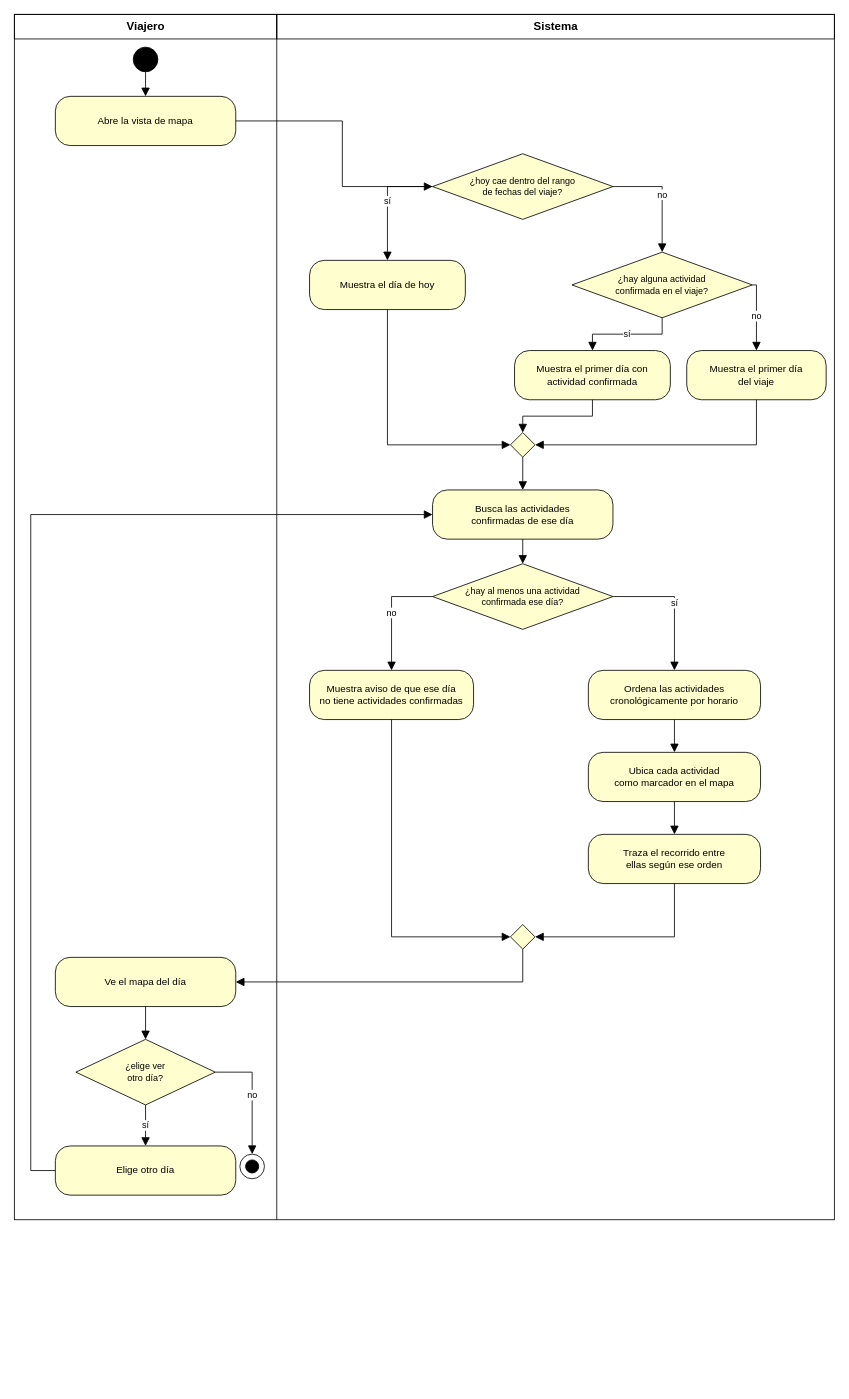
Before: page "Consultando mapa" (4 of 11) of docs/diagramas.drawio in tomashsieh7/organizacion_viajes, a draw.io diagram. Source tidied: cells renumbered, new cells numbered last; positions are measured from the earlier drawing's top-left corner, leaving out a move shared by most shapes. Both pictures are drawn from the tidied source at 82%, with x=0, y=0 at pixel (14, 14).
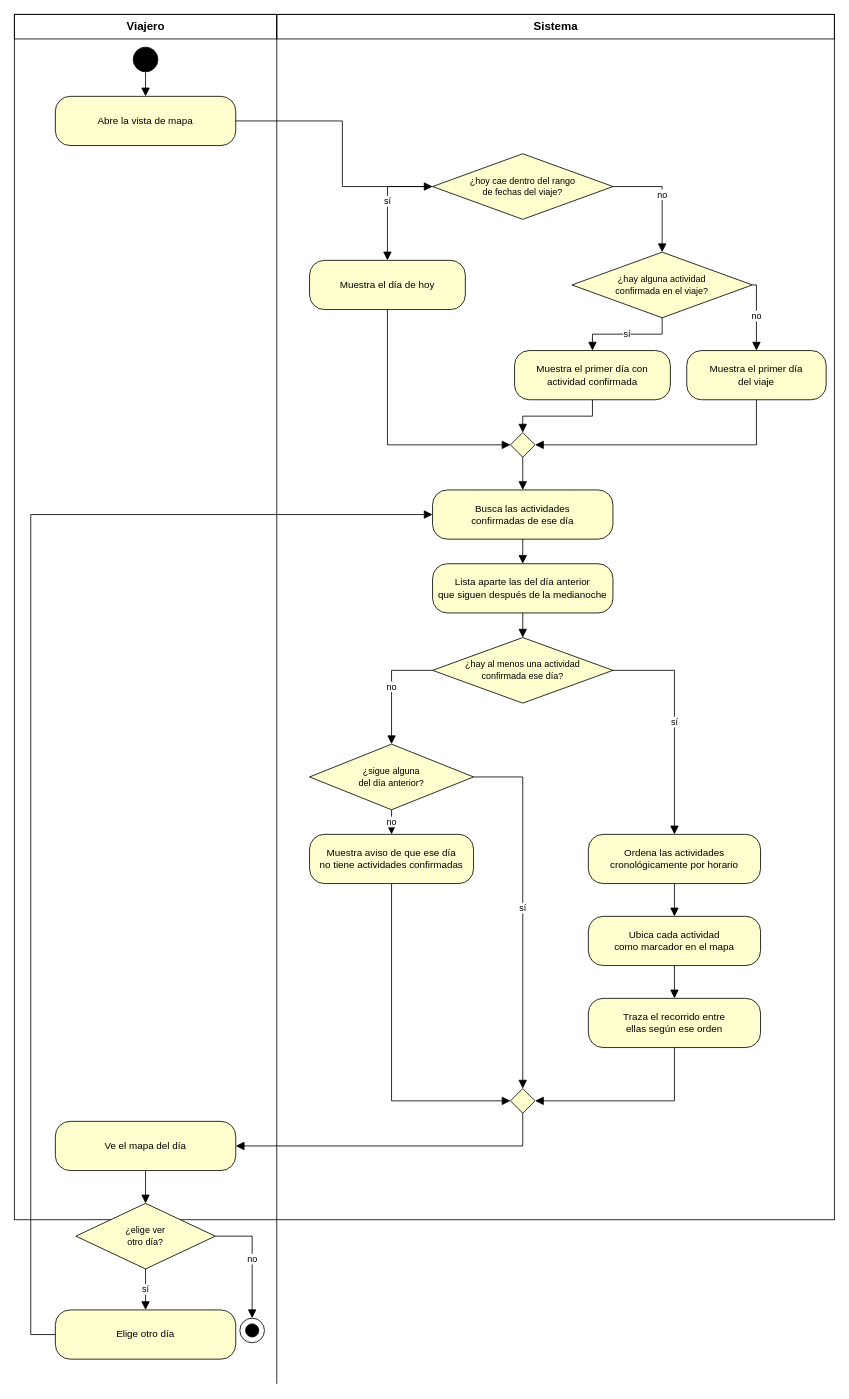
Above is the later version.

The change refers to these unchanged cells:
```xml
<mxCell id="14" value="Busca las actividades&lt;br&gt;confirmadas de ese día" style="rounded=1;whiteSpace=wrap;html=1;fillColor=#FEFECE;strokeColor=light-dark(#000000,#FFFFFF);arcSize=30;fontSize=12;" parent="1" vertex="1">
  <mxGeometry x="510" y="580" width="220" height="60" as="geometry" />
</mxCell>
```

The edit, as a diff of the source:
```diff
@@
     <mxCell id="5" style="endArrow=none;html=1;strokeColor=light-dark(#000000,#FFFFFF);" parent="1" edge="1">
       <mxGeometry relative="1" as="geometry">
         <mxPoint x="320" as="sourcePoint" />
-        <mxPoint x="320" y="1470" as="targetPoint" />
+        <mxPoint x="320" y="1670" as="targetPoint" />
       </mxGeometry>
     </mxCell>
@@
     <mxCell id="15" value="¿hay al menos una actividad&lt;br&gt;confirmada ese día?" style="rhombus;whiteSpace=wrap;html=1;fillColor=#FEFECE;strokeColor=light-dark(#000000,#FFFFFF);fontSize=11;" parent="1" vertex="1">
-      <mxGeometry x="510" y="670" width="220" height="80" as="geometry" />
+      <mxGeometry x="510" y="760" width="220" height="80" as="geometry" />
     </mxCell>
     <mxCell id="16" value="Muestra aviso de que ese día&lt;br&gt;no tiene actividades confirmadas" style="rounded=1;whiteSpace=wrap;html=1;fillColor=#FEFECE;strokeColor=light-dark(#000000,#FFFFFF);arcSize=30;fontSize=12;" parent="1" vertex="1">
-      <mxGeometry x="360" y="800" width="200" height="60" as="geometry" />
+      <mxGeometry x="360" y="1000" width="200" height="60" as="geometry" />
     </mxCell>
     <mxCell id="17" value="Ordena las actividades&lt;br&gt;cronológicamente por horario" style="rounded=1;whiteSpace=wrap;html=1;fillColor=#FEFECE;strokeColor=light-dark(#000000,#FFFFFF);arcSize=30;fontSize=12;" parent="1" vertex="1">
-      <mxGeometry x="700" y="800" width="210" height="60" as="geometry" />
+      <mxGeometry x="700" y="1000" width="210" height="60" as="geometry" />
     </mxCell>
     <mxCell id="18" value="Ubica cada actividad&lt;br&gt;como marcador en el mapa" style="rounded=1;whiteSpace=wrap;html=1;fillColor=#FEFECE;strokeColor=light-dark(#000000,#FFFFFF);arcSize=30;fontSize=12;" parent="1" vertex="1">
-      <mxGeometry x="700" y="900" width="210" height="60" as="geometry" />
+      <mxGeometry x="700" y="1100" width="210" height="60" as="geometry" />
     </mxCell>
     <mxCell id="19" value="Traza el recorrido entre&lt;br&gt;ellas según ese orden" style="rounded=1;whiteSpace=wrap;html=1;fillColor=#FEFECE;strokeColor=light-dark(#000000,#FFFFFF);arcSize=30;fontSize=12;" parent="1" vertex="1">
-      <mxGeometry x="700" y="1000" width="210" height="60" as="geometry" />
+      <mxGeometry x="700" y="1200" width="210" height="60" as="geometry" />
     </mxCell>
     <mxCell id="20" style="rhombus;whiteSpace=wrap;html=1;fillColor=#FEFECE;strokeColor=light-dark(#000000,#FFFFFF);fontSize=11;" parent="1" vertex="1">
-      <mxGeometry x="605" y="1110" width="30" height="30" as="geometry" />
+      <mxGeometry x="605" y="1310" width="30" height="30" as="geometry" />
     </mxCell>
     <mxCell id="21" value="Ve el mapa del día" style="rounded=1;whiteSpace=wrap;html=1;fillColor=#FEFECE;strokeColor=light-dark(#000000,#FFFFFF);arcSize=30;fontSize=12;" parent="1" vertex="1">
-      <mxGeometry x="50" y="1150" width="220" height="60" as="geometry" />
+      <mxGeometry x="50" y="1350" width="220" height="60" as="geometry" />
     </mxCell>
     <mxCell id="22" value="¿elige ver&lt;br&gt;otro día?" style="rhombus;whiteSpace=wrap;html=1;fillColor=#FEFECE;strokeColor=light-dark(#000000,#FFFFFF);fontSize=11;" parent="1" vertex="1">
-      <mxGeometry x="75" y="1250" width="170" height="80" as="geometry" />
+      <mxGeometry x="75" y="1450" width="170" height="80" as="geometry" />
     </mxCell>
     <mxCell id="23" value="Elige otro día" style="rounded=1;whiteSpace=wrap;html=1;fillColor=#FEFECE;strokeColor=light-dark(#000000,#FFFFFF);arcSize=30;fontSize=12;" parent="1" vertex="1">
-      <mxGeometry x="50" y="1380" width="220" height="60" as="geometry" />
+      <mxGeometry x="50" y="1580" width="220" height="60" as="geometry" />
     </mxCell>
     <mxCell id="24" style="ellipse;whiteSpace=wrap;html=1;fillColor=#FFFFFF;strokeColor=light-dark(#000000,#FFFFFF);" parent="1" vertex="1">
-      <mxGeometry x="275" y="1390" width="30" height="30" as="geometry" />
+      <mxGeometry x="275" y="1590" width="30" height="30" as="geometry" />
     </mxCell>
     <mxCell id="25" style="ellipse;whiteSpace=wrap;html=1;fillColor=#000000;strokeColor=light-dark(#000000,#FFFFFF);" parent="1" vertex="1">
-      <mxGeometry x="282" y="1397" width="16" height="16" as="geometry" />
+      <mxGeometry x="282" y="1597" width="16" height="16" as="geometry" />
     </mxCell>
@@
-    <mxCell id="36" style="endArrow=block;html=1;strokeColor=light-dark(#000000,#FFFFFF);fontSize=11;rounded=0;endSize=8;edgeStyle=orthogonalEdgeStyle;exitX=0.5;exitY=1;exitDx=0;exitDy=0;entryX=0.5;entryY=0;entryDx=0;entryDy=0;" parent="1" edge="1" source="14" target="15">
+    <mxCell id="36" style="endArrow=block;html=1;strokeColor=light-dark(#000000,#FFFFFF);fontSize=11;rounded=0;endSize=8;edgeStyle=orthogonalEdgeStyle;exitX=0.5;exitY=1;exitDx=0;exitDy=0;entryX=0.5;entryY=0;entryDx=0;entryDy=0;" parent="1" edge="1" source="14" target="48">
       <mxGeometry relative="1" as="geometry" />
     </mxCell>
-    <mxCell id="37" value="no" style="endArrow=block;html=1;strokeColor=light-dark(#000000,#FFFFFF);fontSize=11;rounded=0;endSize=8;edgeStyle=orthogonalEdgeStyle;exitX=0;exitY=0.5;exitDx=0;exitDy=0;entryX=0.5;entryY=0;entryDx=0;entryDy=0;" parent="1" edge="1" source="15" target="16">
+    <mxCell id="37" value="no" style="endArrow=block;html=1;strokeColor=light-dark(#000000,#FFFFFF);fontSize=11;rounded=0;endSize=8;edgeStyle=orthogonalEdgeStyle;exitX=0;exitY=0.5;exitDx=0;exitDy=0;entryX=0.5;entryY=0;entryDx=0;entryDy=0;" parent="1" edge="1" source="15" target="49">
       <mxGeometry relative="1" as="geometry">
         <Array as="points">
-          <mxPoint x="460" y="710" />
+          <mxPoint x="460" y="800" />
         </Array>
       </mxGeometry>
     </mxCell>
     <mxCell id="38" value="sí" style="endArrow=block;html=1;strokeColor=light-dark(#000000,#FFFFFF);fontSize=11;rounded=0;endSize=8;edgeStyle=orthogonalEdgeStyle;exitX=1;exitY=0.5;exitDx=0;exitDy=0;entryX=0.5;entryY=0;entryDx=0;entryDy=0;" parent="1" edge="1" source="15" target="17">
       <mxGeometry relative="1" as="geometry">
         <Array as="points">
-          <mxPoint x="805" y="710" />
+          <mxPoint x="805" y="800" />
         </Array>
       </mxGeometry>
     </mxCell>
@@
     <mxCell id="41" style="endArrow=block;html=1;strokeColor=light-dark(#000000,#FFFFFF);fontSize=11;rounded=0;endSize=8;edgeStyle=orthogonalEdgeStyle;exitX=0.5;exitY=1;exitDx=0;exitDy=0;entryX=0;entryY=0.5;entryDx=0;entryDy=0;" parent="1" edge="1" source="16" target="20">
       <mxGeometry relative="1" as="geometry">
         <Array as="points">
-          <mxPoint x="460" y="1125" />
+          <mxPoint x="460" y="1325" />
         </Array>
       </mxGeometry>
     </mxCell>
     <mxCell id="42" style="endArrow=block;html=1;strokeColor=light-dark(#000000,#FFFFFF);fontSize=11;rounded=0;endSize=8;edgeStyle=orthogonalEdgeStyle;exitX=0.5;exitY=1;exitDx=0;exitDy=0;entryX=1;entryY=0.5;entryDx=0;entryDy=0;" parent="1" edge="1" source="19" target="20">
       <mxGeometry relative="1" as="geometry">
         <Array as="points">
-          <mxPoint x="805" y="1125" />
+          <mxPoint x="805" y="1325" />
         </Array>
       </mxGeometry>
     </mxCell>
     <mxCell id="43" style="endArrow=block;html=1;strokeColor=light-dark(#000000,#FFFFFF);fontSize=11;rounded=0;endSize=8;edgeStyle=orthogonalEdgeStyle;exitX=0.5;exitY=1;exitDx=0;exitDy=0;entryX=1;entryY=0.5;entryDx=0;entryDy=0;" parent="1" edge="1" source="20" target="21">
       <mxGeometry relative="1" as="geometry">
         <Array as="points">
-          <mxPoint x="620" y="1180" />
+          <mxPoint x="620" y="1380" />
         </Array>
       </mxGeometry>
     </mxCell>
@@
     <mxCell id="46" style="endArrow=block;html=1;strokeColor=light-dark(#000000,#FFFFFF);fontSize=11;rounded=0;endSize=8;edgeStyle=orthogonalEdgeStyle;exitX=0;exitY=0.5;exitDx=0;exitDy=0;entryX=0;entryY=0.5;entryDx=0;entryDy=0;" parent="1" edge="1" source="23" target="14">
       <mxGeometry relative="1" as="geometry">
         <Array as="points">
-          <mxPoint x="20" y="1410" />
+          <mxPoint x="20" y="1610" />
           <mxPoint x="20" y="610" />
         </Array>
       </mxGeometry>
     </mxCell>
     <mxCell id="47" value="no" style="endArrow=block;html=1;strokeColor=light-dark(#000000,#FFFFFF);fontSize=11;rounded=0;endSize=8;edgeStyle=orthogonalEdgeStyle;exitX=1;exitY=0.5;exitDx=0;exitDy=0;entryX=0.5;entryY=0;entryDx=0;entryDy=0;" parent="1" edge="1" source="22" target="24">
       <mxGeometry relative="1" as="geometry">
         <Array as="points">
-          <mxPoint x="290" y="1290" />
+          <mxPoint x="290" y="1490" />
         </Array>
       </mxGeometry>
     </mxCell>
+    <mxCell id="48" value="Lista aparte las del día anterior&lt;br&gt;que siguen después de la medianoche" style="rounded=1;whiteSpace=wrap;html=1;fillColor=#FEFECE;strokeColor=light-dark(#000000,#FFFFFF);arcSize=30;fontSize=12;" parent="1" vertex="1">
+      <mxGeometry x="510" y="670" width="220" height="60" as="geometry" />
+    </mxCell>
+    <mxCell id="49" value="¿sigue alguna&lt;br&gt;del día anterior?" style="rhombus;whiteSpace=wrap;html=1;fillColor=#FEFECE;strokeColor=light-dark(#000000,#FFFFFF);fontSize=11;" parent="1" vertex="1">
+      <mxGeometry x="360" y="890" width="200" height="80" as="geometry" />
+    </mxCell>
+    <mxCell id="50" style="endArrow=block;html=1;strokeColor=light-dark(#000000,#FFFFFF);fontSize=11;rounded=0;endSize=8;edgeStyle=orthogonalEdgeStyle;exitX=0.5;exitY=1;exitDx=0;exitDy=0;entryX=0.5;entryY=0;entryDx=0;entryDy=0;" parent="1" edge="1" source="48" target="15">
+      <mxGeometry relative="1" as="geometry" />
+    </mxCell>
+    <mxCell id="51" value="no" style="endArrow=block;html=1;strokeColor=light-dark(#000000,#FFFFFF);fontSize=11;rounded=0;endSize=8;edgeStyle=orthogonalEdgeStyle;exitX=0.5;exitY=1;exitDx=0;exitDy=0;entryX=0.5;entryY=0;entryDx=0;entryDy=0;" parent="1" edge="1" source="49" target="16">
+      <mxGeometry relative="1" as="geometry" />
+    </mxCell>
+    <mxCell id="52" value="sí" style="endArrow=block;html=1;strokeColor=light-dark(#000000,#FFFFFF);fontSize=11;rounded=0;endSize=8;edgeStyle=orthogonalEdgeStyle;exitX=1;exitY=0.5;exitDx=0;exitDy=0;entryX=0.5;entryY=0;entryDx=0;entryDy=0;" parent="1" edge="1" source="49" target="20">
+      <mxGeometry relative="1" as="geometry">
+        <Array as="points">
+          <mxPoint x="620" y="930" />
+        </Array>
+      </mxGeometry>
+    </mxCell>
```
